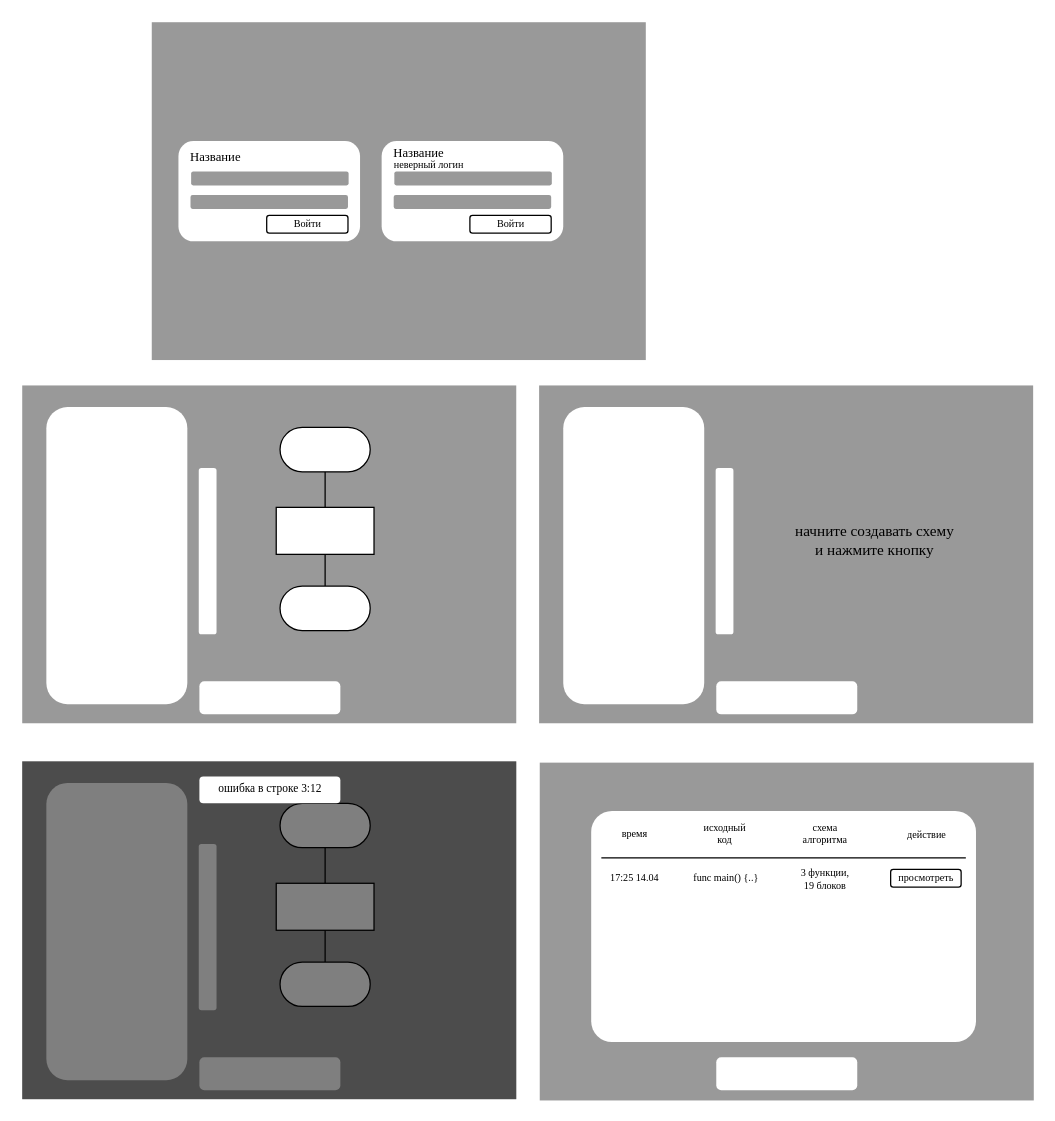
madopew/ctog keeps this draw.io diagram as docs/graphics/pages.drawio. Above is the earlier version. Source tidied: cells renumbered, new cells numbered last; positions are measured from the earlier drawing's top-left corner, leaving out a move shared by most shapes. Both pictures are drawn from the tidied source at 127%, with x=0, y=0 at pixel (22, 22).
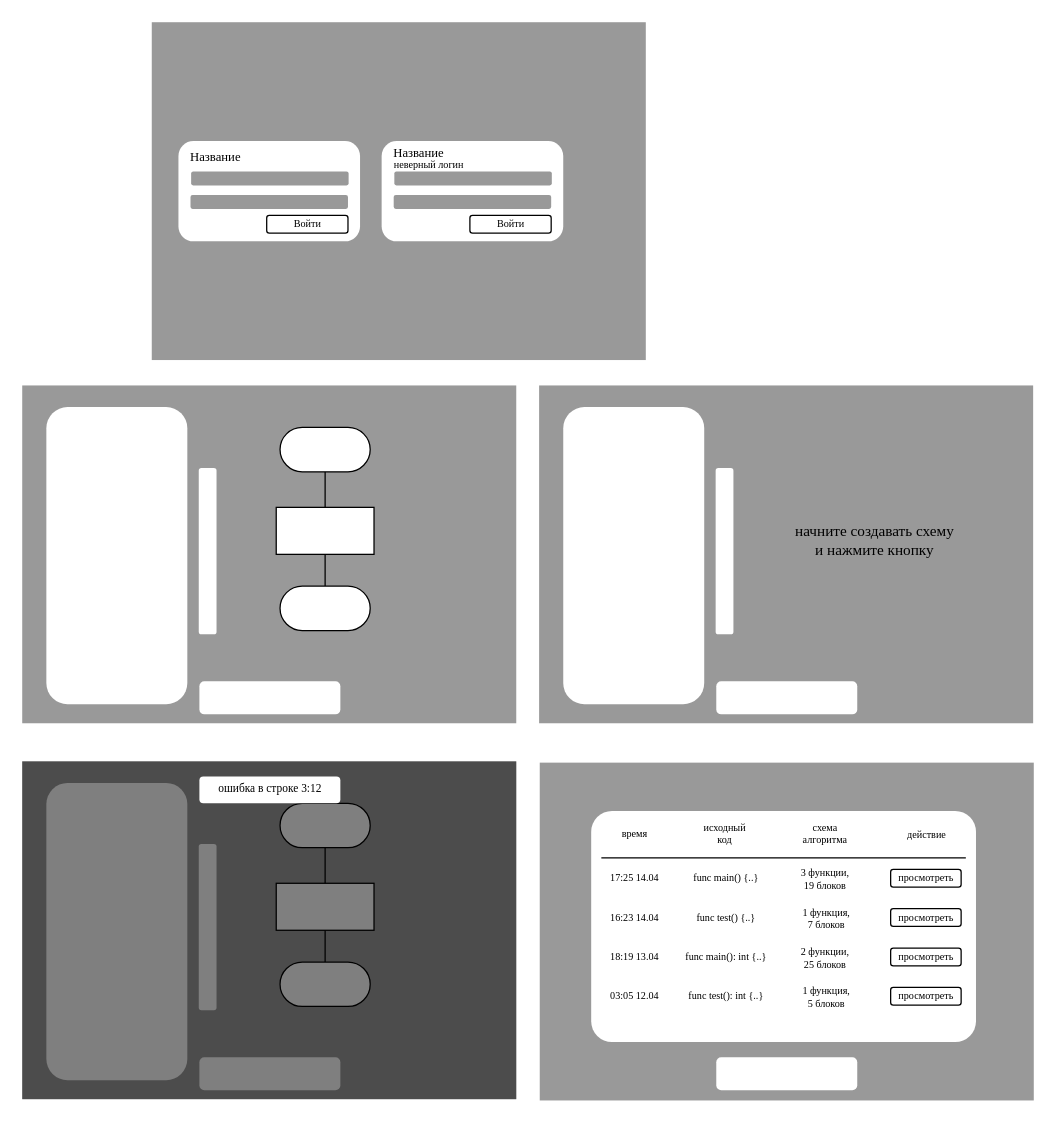
Above is the later version.

Diff of the diagram source:
```diff
@@
+    <mxCell id="50" value="просмотреть" style="rounded=1;whiteSpace=wrap;html=1;fontFamily=Times New Roman;fontSize=8;strokeWidth=1;" parent="1" vertex="1">
+      <mxGeometry x="683.8" y="698" width="55.5" height="14" as="geometry" />
+    </mxCell>
+    <mxCell id="51" value="16:23 14.04" style="text;html=1;align=center;verticalAlign=middle;strokeColor=none;fillColor=none;fontSize=8;fontFamily=Times New Roman;" parent="1" vertex="1">
+      <mxGeometry x="453.5" y="694" width="56" height="22" as="geometry" />
+    </mxCell>
+    <mxCell id="52" value="func test() {..}" style="text;html=1;align=center;verticalAlign=middle;strokeColor=none;fillColor=none;fontSize=8;fontFamily=Times New Roman;" parent="1" vertex="1">
+      <mxGeometry x="522" y="694" width="64" height="22" as="geometry" />
+    </mxCell>
+    <mxCell id="53" value="1 функция,&lt;br&gt;7 блоков" style="text;html=1;align=center;verticalAlign=middle;strokeColor=none;fillColor=none;fontSize=8;fontFamily=Times New Roman;" parent="1" vertex="1">
+      <mxGeometry x="605" y="690" width="55" height="31" as="geometry" />
+    </mxCell>
+    <mxCell id="54" value="просмотреть" style="rounded=1;whiteSpace=wrap;html=1;fontFamily=Times New Roman;fontSize=8;strokeWidth=1;" parent="1" vertex="1">
+      <mxGeometry x="683.8" y="729" width="55.5" height="14" as="geometry" />
+    </mxCell>
+    <mxCell id="55" value="18:19 13.04" style="text;html=1;align=center;verticalAlign=middle;strokeColor=none;fillColor=none;fontSize=8;fontFamily=Times New Roman;" parent="1" vertex="1">
+      <mxGeometry x="453.5" y="725" width="56" height="22" as="geometry" />
+    </mxCell>
+    <mxCell id="56" value="func main(): int {..}" style="text;html=1;align=center;verticalAlign=middle;strokeColor=none;fillColor=none;fontSize=8;fontFamily=Times New Roman;" parent="1" vertex="1">
+      <mxGeometry x="513" y="725" width="82" height="22" as="geometry" />
+    </mxCell>
+    <mxCell id="57" value="2 функции,&lt;br&gt;25 блоков" style="text;html=1;align=center;verticalAlign=middle;strokeColor=none;fillColor=none;fontSize=8;fontFamily=Times New Roman;" parent="1" vertex="1">
+      <mxGeometry x="604" y="721" width="56" height="31" as="geometry" />
+    </mxCell>
+    <mxCell id="58" value="просмотреть" style="rounded=1;whiteSpace=wrap;html=1;fontFamily=Times New Roman;fontSize=8;strokeWidth=1;" parent="1" vertex="1">
+      <mxGeometry x="683.8" y="760" width="55.5" height="14" as="geometry" />
+    </mxCell>
+    <mxCell id="59" value="03:05 12.04" style="text;html=1;align=center;verticalAlign=middle;strokeColor=none;fillColor=none;fontSize=8;fontFamily=Times New Roman;" parent="1" vertex="1">
+      <mxGeometry x="453.5" y="756" width="56" height="22" as="geometry" />
+    </mxCell>
+    <mxCell id="60" value="func test(): int {..}" style="text;html=1;align=center;verticalAlign=middle;strokeColor=none;fillColor=none;fontSize=8;fontFamily=Times New Roman;" parent="1" vertex="1">
+      <mxGeometry x="515" y="756" width="77" height="22" as="geometry" />
+    </mxCell>
+    <mxCell id="61" value="1 функция,&lt;br&gt;5 блоков" style="text;html=1;align=center;verticalAlign=middle;strokeColor=none;fillColor=none;fontSize=8;fontFamily=Times New Roman;" parent="1" vertex="1">
+      <mxGeometry x="605" y="752" width="55" height="31" as="geometry" />
+    </mxCell>
```
